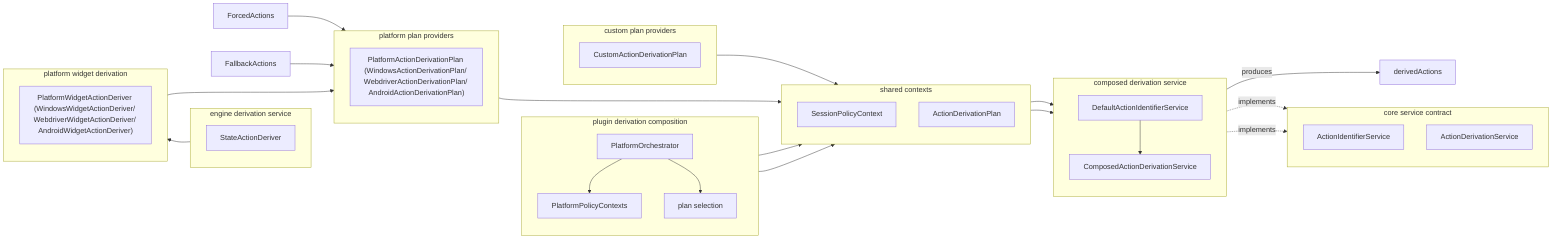
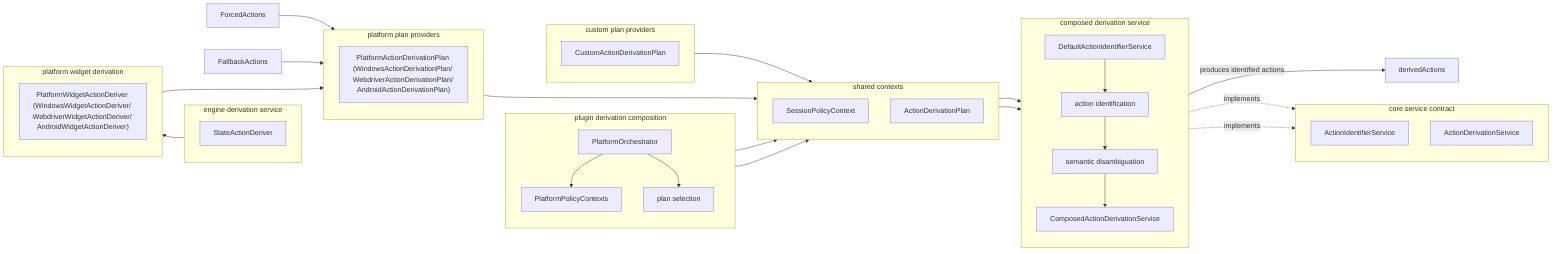
flowchart LR

    subgraph PluginComposition["plugin derivation composition"]
        direction TB
        Orchestrator["PlatformOrchestrator"]
        PolicyContexts["PlatformPolicyContexts"]
        PlanSelection["plan selection"]
    end

    subgraph SharedContexts["shared contexts"]
        direction TB
        SessionPolicies["SessionPolicyContext"]
        DerivationPlan["ActionDerivationPlan"]
    end

    subgraph ComposedDerivation["composed derivation service"]
        direction TB
        DefaultActionIdentifierService["DefaultActionIdentifierService"]
+         ActionIdentification["action identification"]
+         SemanticDisambiguation["semantic disambiguation"]
        ComposedActionDerivationService["ComposedActionDerivationService"]
-         DefaultActionIdentifierService --> ComposedActionDerivationService
+         DefaultActionIdentifierService --> ActionIdentification
+         ActionIdentification --> SemanticDisambiguation
+         SemanticDisambiguation --> ComposedActionDerivationService
    end

    subgraph CoreDerivation["core service contract"]
        direction TB
        ActionIdentifierService["ActionIdentifierService"]
        ActionDerivationService["ActionDerivationService"]
    end

    subgraph EngineDerivation["engine derivation service"]
        direction TB
        StateActionDeriver["StateActionDeriver"]
    end

    subgraph PlatformPlanProviders["platform plan providers"]
        direction TB
        PlatformPlan["PlatformActionDerivationPlan (WindowsActionDerivationPlan/ WebdriverActionDerivationPlan/ AndroidActionDerivationPlan)"]
    end

    subgraph CustomPlanProviders["custom plan providers"]
        direction TB
        CustomPlan["CustomActionDerivationPlan"]
    end

    subgraph PlatformDerivers["platform widget derivation"]
        direction TB
        PlatformWidgetActionDeriver["PlatformWidgetActionDeriver (WindowsWidgetActionDeriver/ WebdriverWidgetActionDeriver/ AndroidWidgetActionDeriver)"]
    end

    Orchestrator --> PolicyContexts
    Orchestrator --> PlanSelection

    PolicyContexts --> SessionPolicies
    PlanSelection --> DerivationPlan

    StateActionDeriver --> PlatformWidgetActionDeriver

    ForcedActions --> PlatformPlan
    PlatformWidgetActionDeriver --> PlatformPlan
    FallbackActions --> PlatformPlan

    PlatformPlan --> DerivationPlan

    CustomPlan --> DerivationPlan

    ComposedActionDerivationService -. implements .-> ActionDerivationService
    DefaultActionIdentifierService -. implements .-> ActionIdentifierService

    SessionPolicies --> ComposedActionDerivationService
    DerivationPlan --> ComposedActionDerivationService

-     ComposedActionDerivationService -- "produces" --> derivedActions
+     ComposedActionDerivationService -- "produces identified actions" --> derivedActions

    %% horizontal row nudges
    PluginComposition ~~~ SharedContexts
    SharedContexts ~~~ ComposedDerivation
    ComposedDerivation ~~~ CoreDerivation
    PluginComposition ~~~ ComposedDerivation

    PlatformDerivers ~~~ EngineDerivation
    EngineDerivation ~~~ PlatformPlanProviders
    PlatformPlanProviders ~~~ CustomPlanProviders
